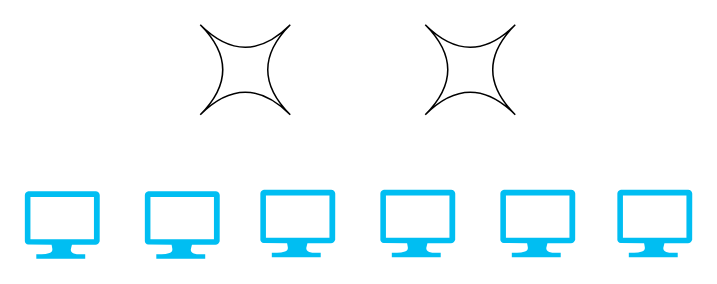
Above: Untitled Diagram.drawio in zecouto/Submission-File-Advanced-Bash (draw.io), before the change. Source tidied: cells renumbered, new cells numbered last; positions are measured from the earlier drawing's top-left corner, leaving out a move shared by most shapes. Both pictures are drawn from the tidied source at 150%, with x=0, y=0 at pixel (24, 24).
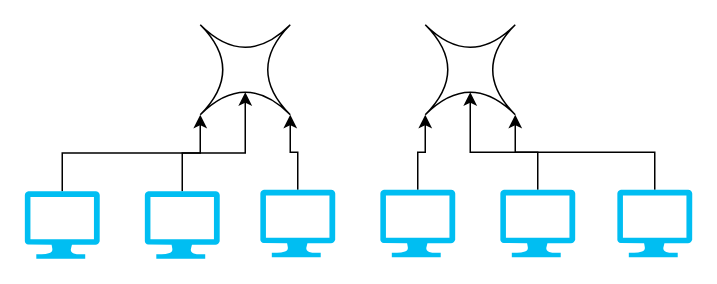
After the change.

The edit, as a diff of the source:
```diff
@@
 <mxGraphModel>
   <root>
     <mxCell id="0" />
     <mxCell id="1" parent="0" />
+    <mxCell id="10" style="edgeStyle=orthogonalEdgeStyle;rounded=0;jettySize=auto;html=1;exitX=0.5;exitY=0;exitDx=0;exitDy=0;exitPerimeter=0;entryX=1;entryY=1;entryDx=0;entryDy=0;entryPerimeter=0;" parent="1" edge="1" source="2" target="9">
+      <mxGeometry relative="1" as="geometry" />
+    </mxCell>
     <mxCell id="2" style="verticalLabelPosition=bottom;html=1;verticalAlign=top;align=center;strokeColor=none;fillColor=#00BEF2;shape=mxgraph.azure.computer;" parent="1" vertex="1">
       <mxGeometry x="395" y="110" width="50" height="45" as="geometry" />
     </mxCell>
+    <mxCell id="11" style="edgeStyle=orthogonalEdgeStyle;rounded=0;jettySize=auto;html=1;exitX=0.5;exitY=0;exitDx=0;exitDy=0;exitPerimeter=0;entryX=0.5;entryY=0.75;entryDx=0;entryDy=0;entryPerimeter=0;" parent="1" edge="1" source="3" target="9">
+      <mxGeometry relative="1" as="geometry" />
+    </mxCell>
     <mxCell id="3" style="verticalLabelPosition=bottom;html=1;verticalAlign=top;align=center;strokeColor=none;fillColor=#00BEF2;shape=mxgraph.azure.computer;" parent="1" vertex="1">
       <mxGeometry x="317" y="110" width="50" height="45" as="geometry" />
     </mxCell>
+    <mxCell id="12" style="edgeStyle=orthogonalEdgeStyle;rounded=0;jettySize=auto;html=1;exitX=0.5;exitY=0;exitDx=0;exitDy=0;exitPerimeter=0;entryX=0;entryY=1;entryDx=0;entryDy=0;entryPerimeter=0;" parent="1" edge="1" source="4" target="9">
+      <mxGeometry relative="1" as="geometry" />
+    </mxCell>
     <mxCell id="4" style="verticalLabelPosition=bottom;html=1;verticalAlign=top;align=center;strokeColor=none;fillColor=#00BEF2;shape=mxgraph.azure.computer;" parent="1" vertex="1">
       <mxGeometry x="237" y="110" width="50" height="45" as="geometry" />
     </mxCell>
+    <mxCell id="13" style="edgeStyle=orthogonalEdgeStyle;rounded=0;jettySize=auto;html=1;exitX=0.5;exitY=0;exitDx=0;exitDy=0;exitPerimeter=0;entryX=1;entryY=1;entryDx=0;entryDy=0;entryPerimeter=0;" parent="1" edge="1" source="5" target="8">
+      <mxGeometry relative="1" as="geometry" />
+    </mxCell>
     <mxCell id="5" style="verticalLabelPosition=bottom;html=1;verticalAlign=top;align=center;strokeColor=none;fillColor=#00BEF2;shape=mxgraph.azure.computer;" parent="1" vertex="1">
       <mxGeometry x="157" y="110" width="50" height="45" as="geometry" />
     </mxCell>
+    <mxCell id="14" style="edgeStyle=orthogonalEdgeStyle;rounded=0;jettySize=auto;html=1;exitX=0.5;exitY=0;exitDx=0;exitDy=0;exitPerimeter=0;entryX=0.5;entryY=0.75;entryDx=0;entryDy=0;entryPerimeter=0;" parent="1" edge="1" source="6" target="8">
+      <mxGeometry relative="1" as="geometry" />
+    </mxCell>
     <mxCell id="6" style="verticalLabelPosition=bottom;html=1;verticalAlign=top;align=center;strokeColor=none;fillColor=#00BEF2;shape=mxgraph.azure.computer;" parent="1" vertex="1">
       <mxGeometry x="80" y="111" width="50" height="45" as="geometry" />
     </mxCell>
+    <mxCell id="15" style="edgeStyle=orthogonalEdgeStyle;rounded=0;jettySize=auto;html=1;exitX=0.5;exitY=0;exitDx=0;exitDy=0;exitPerimeter=0;entryX=0;entryY=1;entryDx=0;entryDy=0;entryPerimeter=0;" parent="1" edge="1" source="7" target="8">
+      <mxGeometry relative="1" as="geometry" />
+    </mxCell>
     <mxCell id="7" style="verticalLabelPosition=bottom;html=1;verticalAlign=top;align=center;strokeColor=none;fillColor=#00BEF2;shape=mxgraph.azure.computer;" parent="1" vertex="1">
       <mxGeometry y="111" width="50" height="45" as="geometry" />
     </mxCell>
     <mxCell id="8" style="shape=switch;whiteSpace=wrap;html=1;" parent="1" vertex="1">
       <mxGeometry x="117" width="60" height="60" as="geometry" />
     </mxCell>
     <mxCell id="9" style="shape=switch;whiteSpace=wrap;html=1;" parent="1" vertex="1">
       <mxGeometry x="267" width="60" height="60" as="geometry" />
     </mxCell>
   </root>
 </mxGraphModel>
```
